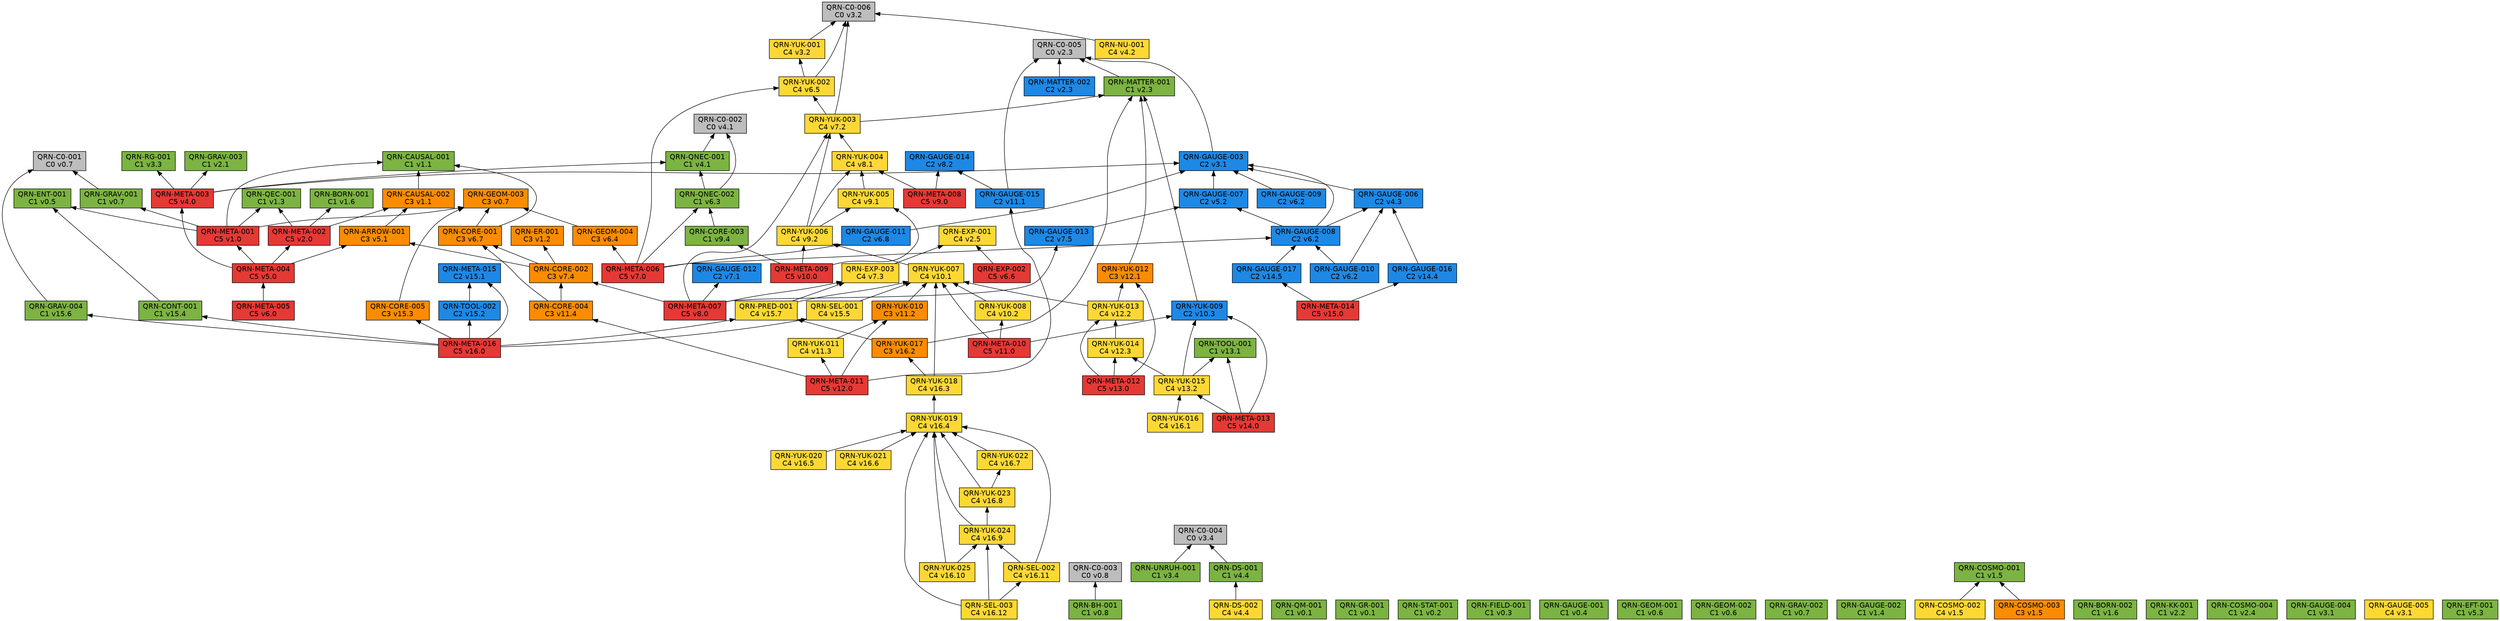
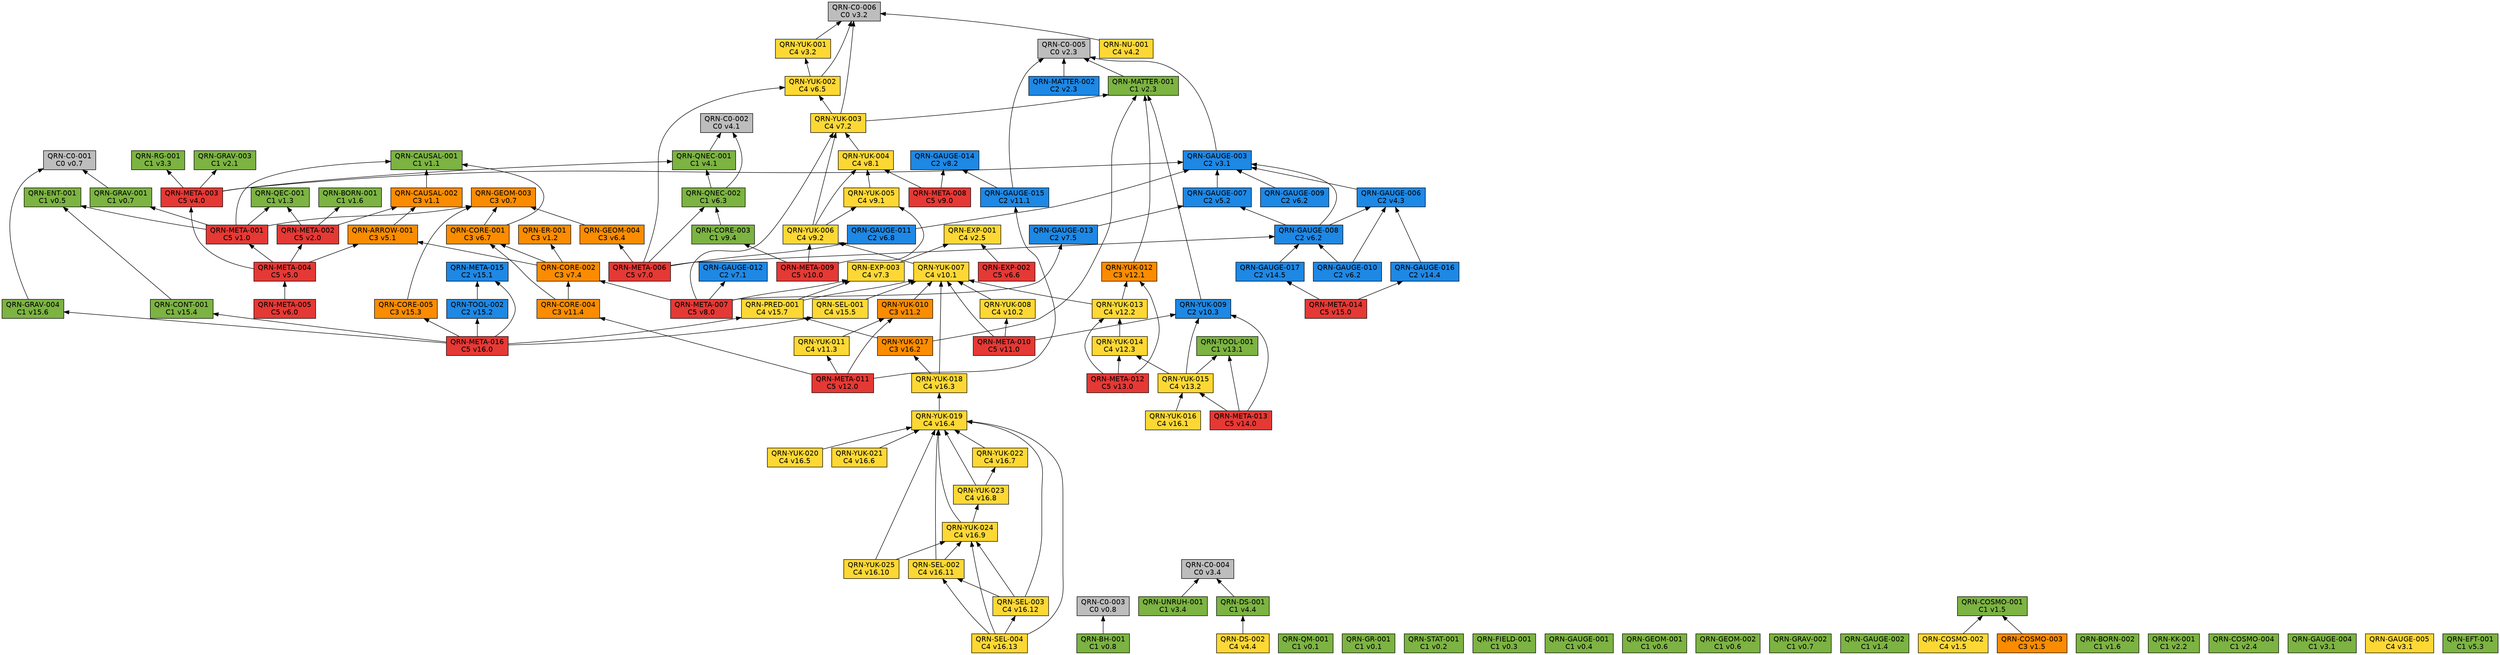
// 自動生成 (dag/report.pl) — QRN 主張依存グラフ
digraph qrn {
  rankdir=BT;
  node [shape=box, style=filled, fontname="Helvetica"];
  "QRN-C0-001" [fillcolor="#bdbdbd", label="QRN-C0-001\nC0 v0.7"];
  "QRN-C0-002" [fillcolor="#bdbdbd", label="QRN-C0-002\nC0 v4.1"];
  "QRN-C0-003" [fillcolor="#bdbdbd", label="QRN-C0-003\nC0 v0.8"];
  "QRN-C0-004" [fillcolor="#bdbdbd", label="QRN-C0-004\nC0 v3.4"];
  "QRN-C0-005" [fillcolor="#bdbdbd", label="QRN-C0-005\nC0 v2.3"];
  "QRN-C0-006" [fillcolor="#bdbdbd", label="QRN-C0-006\nC0 v3.2"];
  "QRN-QM-001" [fillcolor="#7cb342", label="QRN-QM-001\nC1 v0.1"];
  "QRN-GR-001" [fillcolor="#7cb342", label="QRN-GR-001\nC1 v0.1"];
  "QRN-STAT-001" [fillcolor="#7cb342", label="QRN-STAT-001\nC1 v0.2"];
  "QRN-FIELD-001" [fillcolor="#7cb342", label="QRN-FIELD-001\nC1 v0.3"];
  "QRN-GAUGE-001" [fillcolor="#7cb342", label="QRN-GAUGE-001\nC1 v0.4"];
  "QRN-ENT-001" [fillcolor="#7cb342", label="QRN-ENT-001\nC1 v0.5"];
  "QRN-GEOM-001" [fillcolor="#7cb342", label="QRN-GEOM-001\nC1 v0.6"];
  "QRN-GEOM-002" [fillcolor="#7cb342", label="QRN-GEOM-002\nC1 v0.6"];
  "QRN-GEOM-003" [fillcolor="#fb8c00", label="QRN-GEOM-003\nC3 v0.7"];
  "QRN-GRAV-001" [fillcolor="#7cb342", label="QRN-GRAV-001\nC1 v0.7"];
  "QRN-GRAV-002" [fillcolor="#7cb342", label="QRN-GRAV-002\nC1 v0.7"];
  "QRN-BH-001" [fillcolor="#7cb342", label="QRN-BH-001\nC1 v0.8"];
  "QRN-CAUSAL-001" [fillcolor="#7cb342", label="QRN-CAUSAL-001\nC1 v1.1"];
  "QRN-CAUSAL-002" [fillcolor="#fb8c00", label="QRN-CAUSAL-002\nC3 v1.1"];
  "QRN-ER-001" [fillcolor="#fb8c00", label="QRN-ER-001\nC3 v1.2"];
  "QRN-QEC-001" [fillcolor="#7cb342", label="QRN-QEC-001\nC1 v1.3"];
  "QRN-GAUGE-002" [fillcolor="#7cb342", label="QRN-GAUGE-002\nC1 v1.4"];
  "QRN-COSMO-001" [fillcolor="#7cb342", label="QRN-COSMO-001\nC1 v1.5"];
  "QRN-COSMO-002" [fillcolor="#fdd835", label="QRN-COSMO-002\nC4 v1.5"];
  "QRN-COSMO-003" [fillcolor="#fb8c00", label="QRN-COSMO-003\nC3 v1.5"];
  "QRN-BORN-001" [fillcolor="#7cb342", label="QRN-BORN-001\nC1 v1.6"];
  "QRN-BORN-002" [fillcolor="#7cb342", label="QRN-BORN-002\nC1 v1.6"];
  "QRN-GRAV-003" [fillcolor="#7cb342", label="QRN-GRAV-003\nC1 v2.1"];
  "QRN-KK-001" [fillcolor="#7cb342", label="QRN-KK-001\nC1 v2.2"];
  "QRN-MATTER-001" [fillcolor="#7cb342", label="QRN-MATTER-001\nC1 v2.3"];
  "QRN-MATTER-002" [fillcolor="#1e88e5", label="QRN-MATTER-002\nC2 v2.3"];
  "QRN-COSMO-004" [fillcolor="#7cb342", label="QRN-COSMO-004\nC1 v2.4"];
  "QRN-EXP-001" [fillcolor="#fdd835", label="QRN-EXP-001\nC4 v2.5"];
  "QRN-GAUGE-003" [fillcolor="#1e88e5", label="QRN-GAUGE-003\nC2 v3.1"];
  "QRN-GAUGE-004" [fillcolor="#7cb342", label="QRN-GAUGE-004\nC1 v3.1"];
  "QRN-GAUGE-005" [fillcolor="#fdd835", label="QRN-GAUGE-005\nC4 v3.1"];
  "QRN-YUK-001" [fillcolor="#fdd835", label="QRN-YUK-001\nC4 v3.2"];
  "QRN-RG-001" [fillcolor="#7cb342", label="QRN-RG-001\nC1 v3.3"];
  "QRN-UNRUH-001" [fillcolor="#7cb342", label="QRN-UNRUH-001\nC1 v3.4"];
  "QRN-QNEC-001" [fillcolor="#7cb342", label="QRN-QNEC-001\nC1 v4.1"];
  "QRN-NU-001" [fillcolor="#fdd835", label="QRN-NU-001\nC4 v4.2"];
  "QRN-GAUGE-006" [fillcolor="#1e88e5", label="QRN-GAUGE-006\nC2 v4.3"];
  "QRN-DS-001" [fillcolor="#7cb342", label="QRN-DS-001\nC1 v4.4"];
  "QRN-DS-002" [fillcolor="#fdd835", label="QRN-DS-002\nC4 v4.4"];
  "QRN-ARROW-001" [fillcolor="#fb8c00", label="QRN-ARROW-001\nC3 v5.1"];
  "QRN-GAUGE-007" [fillcolor="#1e88e5", label="QRN-GAUGE-007\nC2 v5.2"];
  "QRN-EFT-001" [fillcolor="#7cb342", label="QRN-EFT-001\nC1 v5.3"];
  "QRN-GAUGE-008" [fillcolor="#1e88e5", label="QRN-GAUGE-008\nC2 v6.2"];
  "QRN-GAUGE-009" [fillcolor="#1e88e5", label="QRN-GAUGE-009\nC2 v6.2"];
  "QRN-GAUGE-010" [fillcolor="#1e88e5", label="QRN-GAUGE-010\nC2 v6.2"];
  "QRN-QNEC-002" [fillcolor="#7cb342", label="QRN-QNEC-002\nC1 v6.3"];
  "QRN-GEOM-004" [fillcolor="#fb8c00", label="QRN-GEOM-004\nC3 v6.4"];
  "QRN-YUK-002" [fillcolor="#fdd835", label="QRN-YUK-002\nC4 v6.5"];
  "QRN-EXP-002" [fillcolor="#e53935", label="QRN-EXP-002\nC5 v6.6"];
  "QRN-CORE-001" [fillcolor="#fb8c00", label="QRN-CORE-001\nC3 v6.7"];
  "QRN-GAUGE-011" [fillcolor="#1e88e5", label="QRN-GAUGE-011\nC2 v6.8"];
  "QRN-GAUGE-012" [fillcolor="#1e88e5", label="QRN-GAUGE-012\nC2 v7.1"];
  "QRN-YUK-003" [fillcolor="#fdd835", label="QRN-YUK-003\nC4 v7.2"];
  "QRN-EXP-003" [fillcolor="#fdd835", label="QRN-EXP-003\nC4 v7.3"];
  "QRN-CORE-002" [fillcolor="#fb8c00", label="QRN-CORE-002\nC3 v7.4"];
  "QRN-GAUGE-013" [fillcolor="#1e88e5", label="QRN-GAUGE-013\nC2 v7.5"];
  "QRN-YUK-004" [fillcolor="#fdd835", label="QRN-YUK-004\nC4 v8.1"];
  "QRN-GAUGE-014" [fillcolor="#1e88e5", label="QRN-GAUGE-014\nC2 v8.2"];
  "QRN-META-001" [fillcolor="#e53935", label="QRN-META-001\nC5 v1.0"];
  "QRN-META-002" [fillcolor="#e53935", label="QRN-META-002\nC5 v2.0"];
  "QRN-META-003" [fillcolor="#e53935", label="QRN-META-003\nC5 v4.0"];
  "QRN-META-004" [fillcolor="#e53935", label="QRN-META-004\nC5 v5.0"];
  "QRN-META-005" [fillcolor="#e53935", label="QRN-META-005\nC5 v6.0"];
  "QRN-META-006" [fillcolor="#e53935", label="QRN-META-006\nC5 v7.0"];
  "QRN-META-007" [fillcolor="#e53935", label="QRN-META-007\nC5 v8.0"];
  "QRN-META-008" [fillcolor="#e53935", label="QRN-META-008\nC5 v9.0"];
  "QRN-YUK-005" [fillcolor="#fdd835", label="QRN-YUK-005\nC4 v9.1"];
  "QRN-YUK-006" [fillcolor="#fdd835", label="QRN-YUK-006\nC4 v9.2"];
  "QRN-CORE-003" [fillcolor="#7cb342", label="QRN-CORE-003\nC1 v9.4"];
  "QRN-META-009" [fillcolor="#e53935", label="QRN-META-009\nC5 v10.0"];
  "QRN-YUK-007" [fillcolor="#fdd835", label="QRN-YUK-007\nC4 v10.1"];
  "QRN-YUK-008" [fillcolor="#fdd835", label="QRN-YUK-008\nC4 v10.2"];
  "QRN-YUK-009" [fillcolor="#1e88e5", label="QRN-YUK-009\nC2 v10.3"];
  "QRN-META-010" [fillcolor="#e53935", label="QRN-META-010\nC5 v11.0"];
  "QRN-GAUGE-015" [fillcolor="#1e88e5", label="QRN-GAUGE-015\nC2 v11.1"];
  "QRN-YUK-010" [fillcolor="#fb8c00", label="QRN-YUK-010\nC3 v11.2"];
  "QRN-YUK-011" [fillcolor="#fdd835", label="QRN-YUK-011\nC4 v11.3"];
  "QRN-CORE-004" [fillcolor="#fb8c00", label="QRN-CORE-004\nC3 v11.4"];
  "QRN-META-011" [fillcolor="#e53935", label="QRN-META-011\nC5 v12.0"];
  "QRN-YUK-012" [fillcolor="#fb8c00", label="QRN-YUK-012\nC3 v12.1"];
  "QRN-YUK-013" [fillcolor="#fdd835", label="QRN-YUK-013\nC4 v12.2"];
  "QRN-YUK-014" [fillcolor="#fdd835", label="QRN-YUK-014\nC4 v12.3"];
  "QRN-META-012" [fillcolor="#e53935", label="QRN-META-012\nC5 v13.0"];
  "QRN-TOOL-001" [fillcolor="#7cb342", label="QRN-TOOL-001\nC1 v13.1"];
  "QRN-YUK-015" [fillcolor="#fdd835", label="QRN-YUK-015\nC4 v13.2"];
  "QRN-META-013" [fillcolor="#e53935", label="QRN-META-013\nC5 v14.0"];
  "QRN-GAUGE-016" [fillcolor="#1e88e5", label="QRN-GAUGE-016\nC2 v14.4"];
  "QRN-GAUGE-017" [fillcolor="#1e88e5", label="QRN-GAUGE-017\nC2 v14.5"];
  "QRN-META-014" [fillcolor="#e53935", label="QRN-META-014\nC5 v15.0"];
  "QRN-META-015" [fillcolor="#1e88e5", label="QRN-META-015\nC2 v15.1"];
  "QRN-TOOL-002" [fillcolor="#1e88e5", label="QRN-TOOL-002\nC2 v15.2"];
  "QRN-CORE-005" [fillcolor="#fb8c00", label="QRN-CORE-005\nC3 v15.3"];
  "QRN-CONT-001" [fillcolor="#7cb342", label="QRN-CONT-001\nC1 v15.4"];
  "QRN-SEL-001" [fillcolor="#fdd835", label="QRN-SEL-001\nC4 v15.5"];
  "QRN-GRAV-004" [fillcolor="#7cb342", label="QRN-GRAV-004\nC1 v15.6"];
  "QRN-PRED-001" [fillcolor="#fdd835", label="QRN-PRED-001\nC4 v15.7"];
  "QRN-META-016" [fillcolor="#e53935", label="QRN-META-016\nC5 v16.0"];
  "QRN-YUK-016" [fillcolor="#fdd835", label="QRN-YUK-016\nC4 v16.1"];
  "QRN-YUK-017" [fillcolor="#fb8c00", label="QRN-YUK-017\nC3 v16.2"];
  "QRN-YUK-018" [fillcolor="#fdd835", label="QRN-YUK-018\nC4 v16.3"];
  "QRN-YUK-019" [fillcolor="#fdd835", label="QRN-YUK-019\nC4 v16.4"];
  "QRN-YUK-020" [fillcolor="#fdd835", label="QRN-YUK-020\nC4 v16.5"];
  "QRN-YUK-021" [fillcolor="#fdd835", label="QRN-YUK-021\nC4 v16.6"];
  "QRN-YUK-022" [fillcolor="#fdd835", label="QRN-YUK-022\nC4 v16.7"];
  "QRN-YUK-023" [fillcolor="#fdd835", label="QRN-YUK-023\nC4 v16.8"];
  "QRN-YUK-024" [fillcolor="#fdd835", label="QRN-YUK-024\nC4 v16.9"];
  "QRN-YUK-025" [fillcolor="#fdd835", label="QRN-YUK-025\nC4 v16.10"];
  "QRN-SEL-002" [fillcolor="#fdd835", label="QRN-SEL-002\nC4 v16.11"];
  "QRN-SEL-003" [fillcolor="#fdd835", label="QRN-SEL-003\nC4 v16.12"];
+   "QRN-SEL-004" [fillcolor="#fdd835", label="QRN-SEL-004\nC4 v16.13"];
  "QRN-GRAV-001" -> "QRN-C0-001";
  "QRN-BH-001" -> "QRN-C0-003";
  "QRN-CAUSAL-002" -> "QRN-CAUSAL-001";
  "QRN-COSMO-002" -> "QRN-COSMO-001";
  "QRN-COSMO-003" -> "QRN-COSMO-001";
  "QRN-MATTER-001" -> "QRN-C0-005";
  "QRN-MATTER-002" -> "QRN-C0-005";
  "QRN-GAUGE-003" -> "QRN-C0-005";
  "QRN-YUK-001" -> "QRN-C0-006";
  "QRN-UNRUH-001" -> "QRN-C0-004";
  "QRN-QNEC-001" -> "QRN-C0-002";
  "QRN-NU-001" -> "QRN-C0-006";
  "QRN-GAUGE-006" -> "QRN-GAUGE-003";
  "QRN-DS-001" -> "QRN-C0-004";
  "QRN-DS-002" -> "QRN-DS-001";
  "QRN-ARROW-001" -> "QRN-CAUSAL-002";
  "QRN-GAUGE-007" -> "QRN-GAUGE-003";
  "QRN-GAUGE-008" -> "QRN-GAUGE-003";
  "QRN-GAUGE-008" -> "QRN-GAUGE-006";
  "QRN-GAUGE-008" -> "QRN-GAUGE-007";
  "QRN-GAUGE-009" -> "QRN-GAUGE-003";
  "QRN-GAUGE-010" -> "QRN-GAUGE-006";
  "QRN-GAUGE-010" -> "QRN-GAUGE-008";
  "QRN-QNEC-002" -> "QRN-C0-002";
  "QRN-QNEC-002" -> "QRN-QNEC-001";
  "QRN-GEOM-004" -> "QRN-GEOM-003";
  "QRN-YUK-002" -> "QRN-C0-006";
  "QRN-YUK-002" -> "QRN-YUK-001";
  "QRN-EXP-002" -> "QRN-EXP-001";
  "QRN-CORE-001" -> "QRN-GEOM-003";
  "QRN-CORE-001" -> "QRN-CAUSAL-001";
  "QRN-GAUGE-011" -> "QRN-GAUGE-003";
  "QRN-YUK-003" -> "QRN-C0-006";
  "QRN-YUK-003" -> "QRN-MATTER-001";
  "QRN-YUK-003" -> "QRN-YUK-002";
  "QRN-EXP-003" -> "QRN-EXP-001";
  "QRN-CORE-002" -> "QRN-CORE-001";
  "QRN-CORE-002" -> "QRN-ER-001";
  "QRN-CORE-002" -> "QRN-ARROW-001";
  "QRN-GAUGE-013" -> "QRN-GAUGE-007";
  "QRN-YUK-004" -> "QRN-YUK-003";
  "QRN-META-001" -> "QRN-GEOM-003";
  "QRN-META-001" -> "QRN-GRAV-001";
  "QRN-META-001" -> "QRN-CAUSAL-001";
  "QRN-META-001" -> "QRN-QEC-001";
  "QRN-META-001" -> "QRN-ENT-001";
  "QRN-META-002" -> "QRN-QEC-001";
  "QRN-META-002" -> "QRN-BORN-001";
  "QRN-META-002" -> "QRN-CAUSAL-002";
  "QRN-META-003" -> "QRN-GAUGE-003";
  "QRN-META-003" -> "QRN-RG-001";
  "QRN-META-003" -> "QRN-QNEC-001";
  "QRN-META-003" -> "QRN-GRAV-003";
  "QRN-META-004" -> "QRN-META-001";
  "QRN-META-004" -> "QRN-META-002";
  "QRN-META-004" -> "QRN-META-003";
  "QRN-META-004" -> "QRN-ARROW-001";
  "QRN-META-005" -> "QRN-META-004";
  "QRN-META-006" -> "QRN-GAUGE-008";
  "QRN-META-006" -> "QRN-QNEC-002";
  "QRN-META-006" -> "QRN-GEOM-004";
  "QRN-META-006" -> "QRN-YUK-002";
  "QRN-META-006" -> "QRN-GAUGE-011";
  "QRN-META-007" -> "QRN-GAUGE-012";
  "QRN-META-007" -> "QRN-YUK-003";
  "QRN-META-007" -> "QRN-EXP-003";
  "QRN-META-007" -> "QRN-CORE-002";
  "QRN-META-007" -> "QRN-GAUGE-013";
  "QRN-META-008" -> "QRN-YUK-004";
  "QRN-META-008" -> "QRN-GAUGE-014";
  "QRN-YUK-005" -> "QRN-YUK-004";
  "QRN-YUK-006" -> "QRN-YUK-003";
  "QRN-YUK-006" -> "QRN-YUK-004";
  "QRN-YUK-006" -> "QRN-YUK-005";
  "QRN-CORE-003" -> "QRN-QNEC-002";
  "QRN-META-009" -> "QRN-YUK-005";
  "QRN-META-009" -> "QRN-YUK-006";
  "QRN-META-009" -> "QRN-CORE-003";
  "QRN-YUK-007" -> "QRN-YUK-006";
  "QRN-YUK-008" -> "QRN-YUK-007";
  "QRN-YUK-009" -> "QRN-MATTER-001";
  "QRN-META-010" -> "QRN-YUK-007";
  "QRN-META-010" -> "QRN-YUK-008";
  "QRN-META-010" -> "QRN-YUK-009";
  "QRN-GAUGE-015" -> "QRN-C0-005";
  "QRN-GAUGE-015" -> "QRN-GAUGE-014";
  "QRN-YUK-010" -> "QRN-YUK-007";
  "QRN-YUK-011" -> "QRN-YUK-010";
  "QRN-CORE-004" -> "QRN-CORE-001";
  "QRN-CORE-004" -> "QRN-CORE-002";
  "QRN-META-011" -> "QRN-GAUGE-015";
  "QRN-META-011" -> "QRN-YUK-010";
  "QRN-META-011" -> "QRN-YUK-011";
  "QRN-META-011" -> "QRN-CORE-004";
  "QRN-YUK-012" -> "QRN-MATTER-001";
  "QRN-YUK-013" -> "QRN-YUK-012";
  "QRN-YUK-013" -> "QRN-YUK-007";
  "QRN-YUK-014" -> "QRN-YUK-013";
  "QRN-META-012" -> "QRN-YUK-012";
  "QRN-META-012" -> "QRN-YUK-013";
  "QRN-META-012" -> "QRN-YUK-014";
  "QRN-YUK-015" -> "QRN-YUK-014";
  "QRN-YUK-015" -> "QRN-TOOL-001";
  "QRN-YUK-015" -> "QRN-YUK-009";
  "QRN-META-013" -> "QRN-YUK-015";
  "QRN-META-013" -> "QRN-TOOL-001";
  "QRN-META-013" -> "QRN-YUK-009";
  "QRN-GAUGE-016" -> "QRN-GAUGE-006";
  "QRN-GAUGE-017" -> "QRN-GAUGE-008";
  "QRN-META-014" -> "QRN-GAUGE-016";
  "QRN-META-014" -> "QRN-GAUGE-017";
  "QRN-TOOL-002" -> "QRN-META-015";
  "QRN-CORE-005" -> "QRN-GEOM-003";
  "QRN-CONT-001" -> "QRN-ENT-001";
  "QRN-SEL-001" -> "QRN-YUK-007";
  "QRN-GRAV-004" -> "QRN-C0-001";
  "QRN-PRED-001" -> "QRN-YUK-007";
  "QRN-PRED-001" -> "QRN-EXP-003";
  "QRN-META-016" -> "QRN-META-015";
  "QRN-META-016" -> "QRN-TOOL-002";
  "QRN-META-016" -> "QRN-CORE-005";
  "QRN-META-016" -> "QRN-CONT-001";
  "QRN-META-016" -> "QRN-SEL-001";
  "QRN-META-016" -> "QRN-GRAV-004";
  "QRN-META-016" -> "QRN-PRED-001";
  "QRN-YUK-016" -> "QRN-YUK-015";
  "QRN-YUK-017" -> "QRN-MATTER-001";
  "QRN-YUK-017" -> "QRN-PRED-001";
  "QRN-YUK-018" -> "QRN-YUK-017";
  "QRN-YUK-018" -> "QRN-YUK-007";
  "QRN-YUK-019" -> "QRN-YUK-018";
  "QRN-YUK-020" -> "QRN-YUK-019";
  "QRN-YUK-021" -> "QRN-YUK-019";
  "QRN-YUK-022" -> "QRN-YUK-019";
  "QRN-YUK-023" -> "QRN-YUK-019";
  "QRN-YUK-023" -> "QRN-YUK-022";
  "QRN-YUK-024" -> "QRN-YUK-019";
  "QRN-YUK-024" -> "QRN-YUK-023";
  "QRN-YUK-025" -> "QRN-YUK-019";
  "QRN-YUK-025" -> "QRN-YUK-024";
  "QRN-SEL-002" -> "QRN-YUK-019";
  "QRN-SEL-002" -> "QRN-YUK-024";
  "QRN-SEL-003" -> "QRN-YUK-019";
  "QRN-SEL-003" -> "QRN-YUK-024";
  "QRN-SEL-003" -> "QRN-SEL-002";
+   "QRN-SEL-004" -> "QRN-YUK-019";
+   "QRN-SEL-004" -> "QRN-YUK-024";
+   "QRN-SEL-004" -> "QRN-SEL-002";
+   "QRN-SEL-004" -> "QRN-SEL-003";
}
